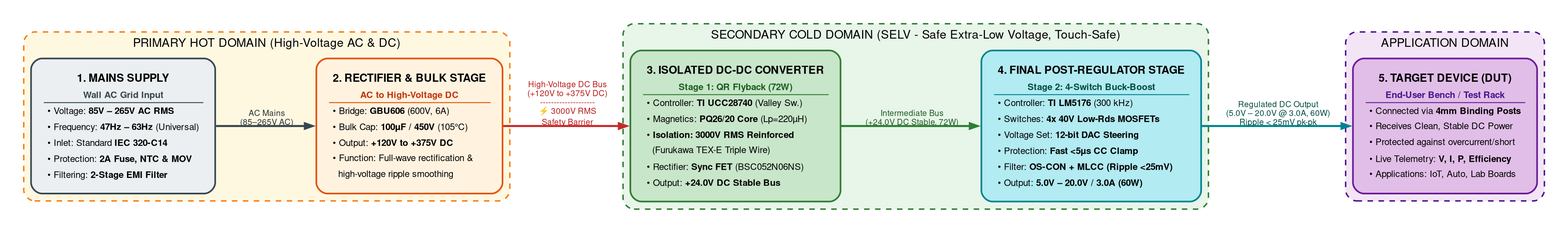
Before: smart_programmable_power_supply/diagram_simple_power_flow.png, a diagram exported from Graphviz (tthongs/av_iv). Its source is kept beside it as smart_programmable_power_supply/diagram_simple_power_flow.dot.
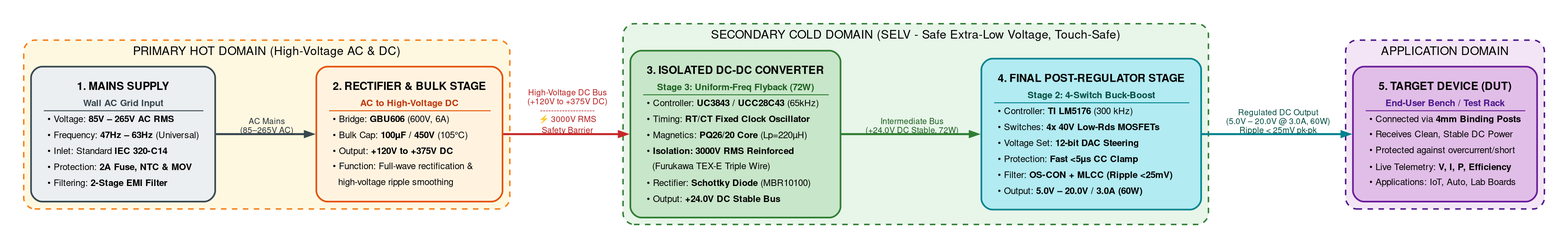
The same file after the commit.

Change to the diagram source:
```diff
@@ -75,13 +75,14 @@
         stage3_flyback [
             label = <<table border="0" cellborder="0" cellspacing="3" cellpadding="2">
                 <tr><td><font point-size="12"><b>3. ISOLATED DC-DC CONVERTER</b></font></td></tr>
-                <tr><td><font color="#1B5E20"><b>Stage 1: QR Flyback (72W)</b></font></td></tr>
+                <tr><td><font color="#1B5E20"><b>Stage 3: Uniform-Freq Flyback (72W)</b></font></td></tr>
                 <hr/>
-                <tr><td align="left">• Controller: <b>TI UCC28740</b> (Valley Sw.)</td></tr>
+                <tr><td align="left">• Controller: <b>UC3843 / UCC28C43</b> (65kHz)</td></tr>
+                <tr><td align="left">• Timing: <b>RT/CT Fixed Clock Oscillator</b></td></tr>
                 <tr><td align="left">• Magnetics: <b>PQ26/20 Core</b> (Lp=220µH)</td></tr>
                 <tr><td align="left">• <b>Isolation: 3000V RMS Reinforced</b></td></tr>
                 <tr><td align="left">&nbsp;&nbsp;(Furukawa TEX-E Triple Wire)</td></tr>
-                <tr><td align="left">• Rectifier: <b>Sync FET</b> (BSC052N06NS)</td></tr>
+                <tr><td align="left">• Rectifier: <b>Schottky Diode</b> (MBR10100)</td></tr>
                 <tr><td align="left">• Output: <b>+24.0V DC Stable Bus</b></td></tr>
             </table>>,
             fillcolor = "#C8E6C9",
```
